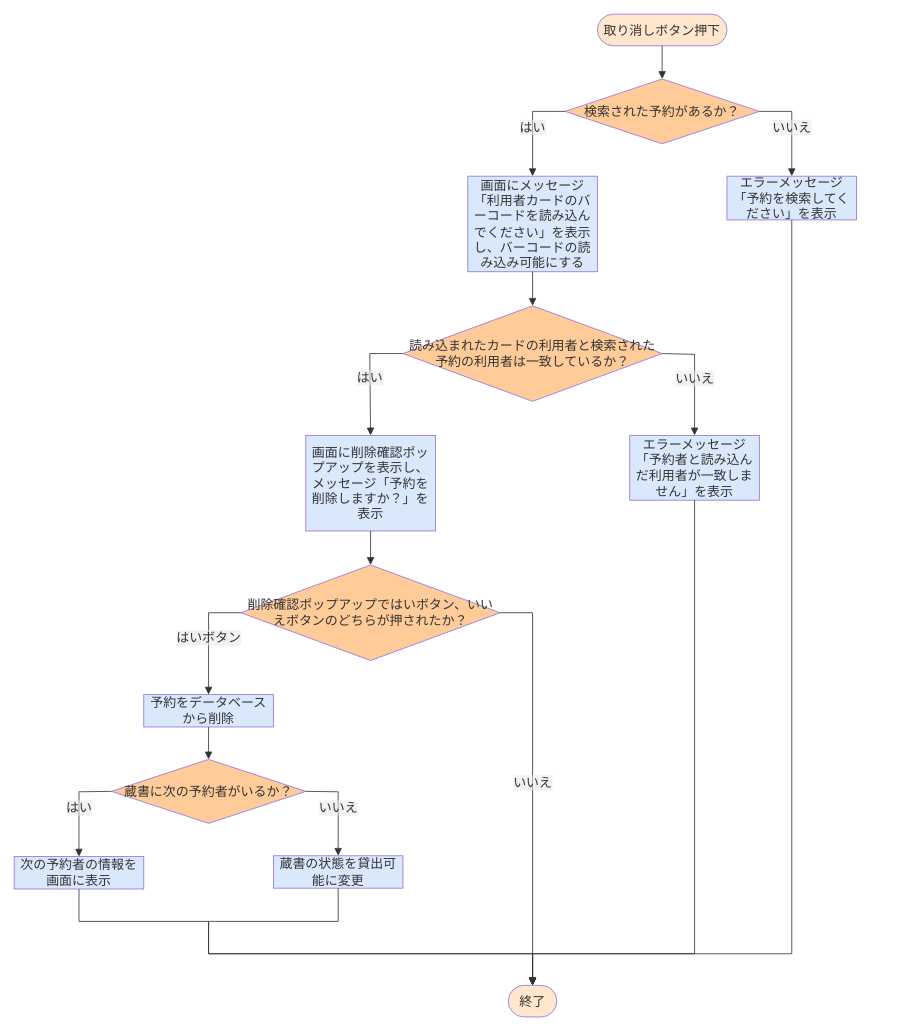
Above: 詳細設計書/7班/flowchart/予約取り消し.drawio in rs002421-creator/- (draw.io), before the change. Source tidied: cells renumbered, new cells numbered last; positions are measured from the earlier drawing's top-left corner, leaving out a move shared by most shapes. Both pictures are drawn from the tidied source at 81%, with x=0, y=0 at pixel (14, 14).
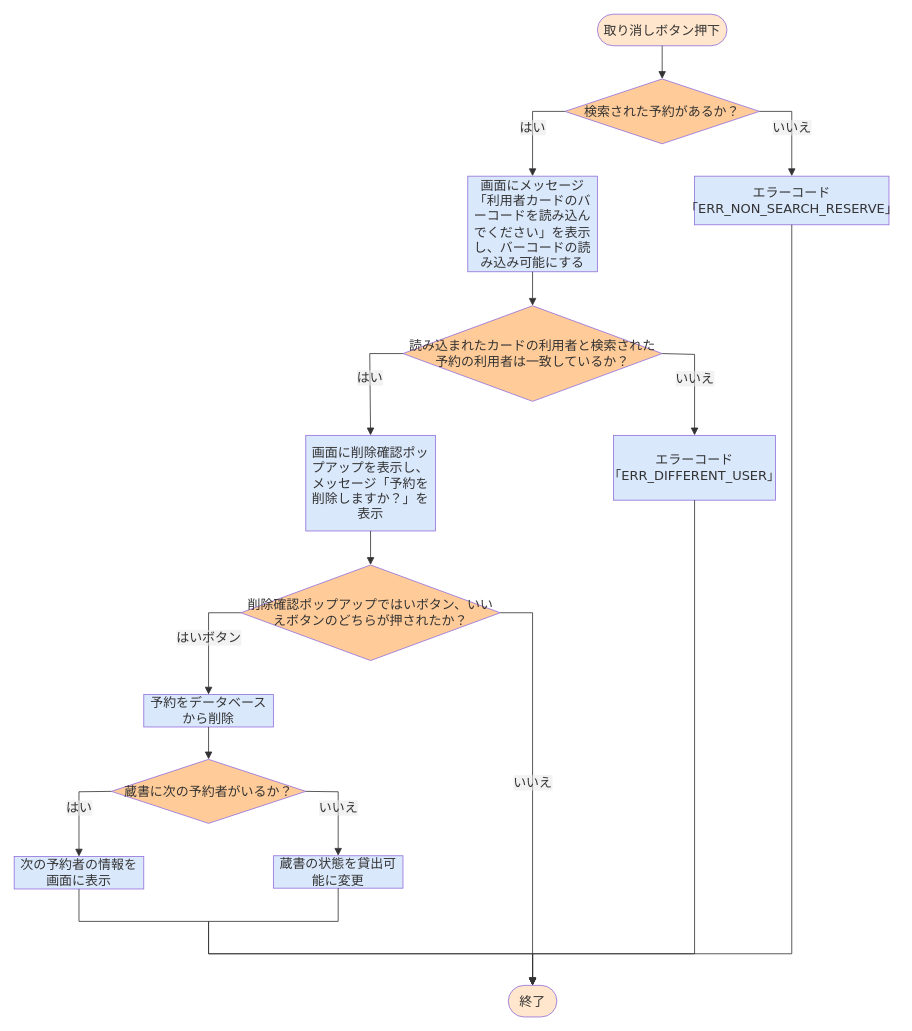
After the change.

Diff of the diagram source:
```diff
@@
-    <mxCell id="5" value="エラーメッセージ「予約を検索してください」を表示" style="html=1;whiteSpace=wrap;strokeWidth=1;fillColor=light-dark(#DAE8FC,#1F2020);strokeColor=light-dark(#9370DB,#CCCCCC);fontColor=light-dark(#333333,#cccccc);fontFamily=Trebuchet MS,Verdana,Arial,sans-serif;fontSize=16;perimeterSpacing=0;" parent="1" vertex="1">
-      <mxGeometry x="880" y="200" width="160" height="54" as="geometry" />
+    <mxCell id="5" value="エラーコード「ERR_NON_SEARCH_RESERVE」" style="html=1;whiteSpace=wrap;strokeWidth=1;fillColor=light-dark(#DAE8FC,#1F2020);strokeColor=light-dark(#9370DB,#CCCCCC);fontColor=light-dark(#333333,#cccccc);fontFamily=Trebuchet MS,Verdana,Arial,sans-serif;fontSize=16;perimeterSpacing=0;" parent="1" vertex="1">
+      <mxGeometry x="840" y="200" width="240" height="60" as="geometry" />
     </mxCell>
@@
-    <mxCell id="8" value="エラーメッセージ「予約者と読み込んだ利用者が一致しません」を表示" style="html=1;whiteSpace=wrap;strokeWidth=1;fillColor=light-dark(#DAE8FC,#1F2020);strokeColor=light-dark(#9370DB,#cccccc);fontColor=light-dark(#333333,#cccccc);fontFamily=Trebuchet MS,Verdana,Arial,sans-serif;fontSize=16;" parent="1" vertex="1">
-      <mxGeometry x="760" y="520" width="160" height="80" as="geometry" />
+    <mxCell id="8" value="エラーコード「ERR_DIFFERENT_USER」" style="html=1;whiteSpace=wrap;strokeWidth=1;fillColor=light-dark(#DAE8FC,#1F2020);strokeColor=light-dark(#9370DB,#cccccc);fontColor=light-dark(#333333,#cccccc);fontFamily=Trebuchet MS,Verdana,Arial,sans-serif;fontSize=16;" parent="1" vertex="1">
+      <mxGeometry x="740" y="520" width="200" height="80" as="geometry" />
     </mxCell>
```
